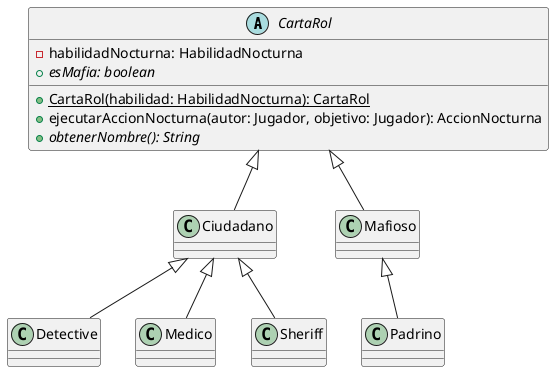
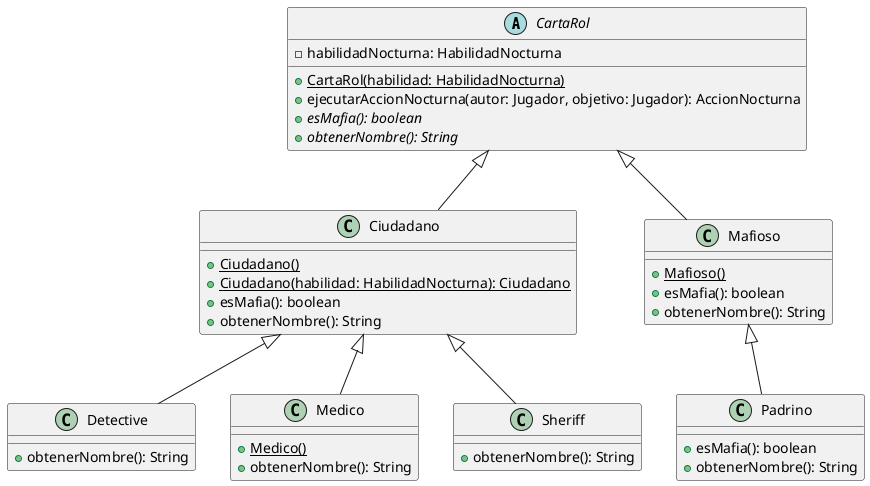
@startuml
abstract class CartaRol {
- habilidadNocturna: HabilidadNocturna
- +{static} CartaRol(habilidad: HabilidadNocturna): CartaRol
+ +{static} CartaRol(habilidad: HabilidadNocturna)
+ ejecutarAccionNocturna(autor: Jugador, objetivo: Jugador): AccionNocturna
- +{abstract} esMafia: boolean
+ +{abstract} esMafia(): boolean
+{abstract} obtenerNombre(): String
}
- class Ciudadano extends CartaRol
- class Mafioso extends CartaRol
- class Padrino extends Mafioso
- class Detective extends Ciudadano
- class Medico extends Ciudadano
- class Sheriff extends Ciudadano
+ class Ciudadano extends CartaRol {
+ +{static} Ciudadano()
+ +{static} Ciudadano(habilidad: HabilidadNocturna): Ciudadano
+ + esMafia(): boolean
+ + obtenerNombre(): String
+ }
+ 
+ class Mafioso extends CartaRol{
+ +{static} Mafioso()
+ + esMafia(): boolean
+ + obtenerNombre(): String
+ }
+ 
+ class Padrino extends Mafioso {
+ + esMafia(): boolean
+ + obtenerNombre(): String
+ }
+ class Detective extends Ciudadano {
+ + obtenerNombre(): String
+ }
+ class Medico extends Ciudadano {
+ +{static} Medico()
+ + obtenerNombre(): String
+ }
+ class Sheriff extends Ciudadano {
+ + obtenerNombre(): String
+ }
@enduml